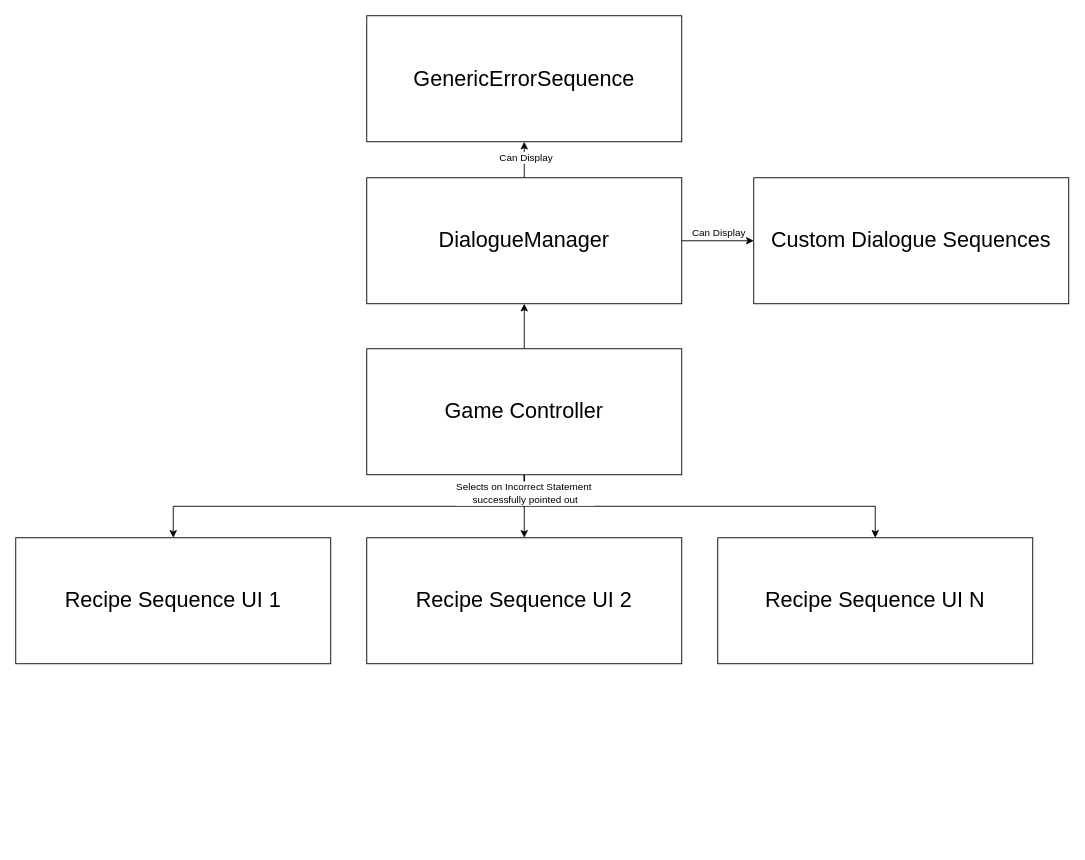
Javahase/the-orange-kitten keeps this draw.io diagram as concept/game_controller.drawio. Above is the earlier version. Source tidied: cells renumbered, new cells numbered last; positions are measured from the earlier drawing's top-left corner, leaving out a move shared by most shapes. Both pictures are drawn from the tidied source at 90%, with x=0, y=0 at pixel (15, 15).
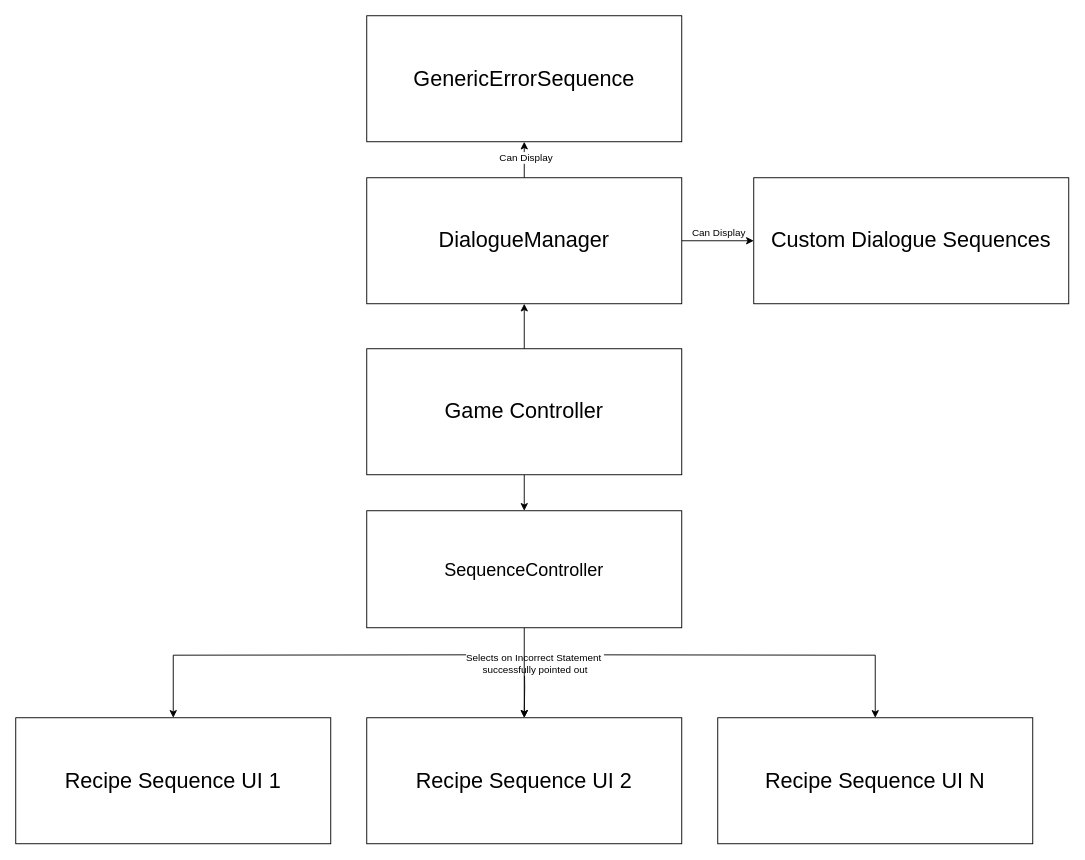
After the change.

Unchanged cells that the change refers to:
```xml
<mxCell id="8" value="&lt;font style=&quot;font-size: 24px;&quot;&gt;Game Controller&lt;/font&gt;" style="rounded=0;whiteSpace=wrap;html=1;" parent="1" vertex="1">
  <mxGeometry x="390" y="370" width="350" height="140" as="geometry" />
</mxCell>
```

The edit, as a diff of the source:
```diff
@@
     <mxCell id="2" value="&lt;font style=&quot;font-size: 24px;&quot;&gt;Recipe Sequence UI 1&lt;/font&gt;" style="rounded=0;whiteSpace=wrap;html=1;" parent="1" vertex="1">
-      <mxGeometry y="580" width="350" height="140" as="geometry" />
+      <mxGeometry y="780" width="350" height="140" as="geometry" />
     </mxCell>
-    <mxCell id="3" style="edgeStyle=orthogonalEdgeStyle;rounded=0;jettySize=auto;html=1;exitX=0.5;exitY=1;exitDx=0;exitDy=0;" parent="1" edge="1" source="8" target="2">
-      <mxGeometry relative="1" as="geometry" />
+    <mxCell id="3" style="edgeStyle=orthogonalEdgeStyle;rounded=0;jettySize=auto;html=1;exitX=0.5;exitY=1;exitDx=0;exitDy=0;" parent="1" edge="1" target="2">
+      <mxGeometry relative="1" as="geometry">
+        <mxPoint x="565" y="710" as="sourcePoint" />
+      </mxGeometry>
     </mxCell>
-    <mxCell id="4" style="edgeStyle=orthogonalEdgeStyle;rounded=0;jettySize=auto;html=1;exitX=0.5;exitY=1;exitDx=0;exitDy=0;entryX=0.5;entryY=0;entryDx=0;entryDy=0;" parent="1" edge="1" source="8" target="9">
-      <mxGeometry relative="1" as="geometry" />
+    <mxCell id="4" style="edgeStyle=orthogonalEdgeStyle;rounded=0;jettySize=auto;html=1;exitX=0.5;exitY=1;exitDx=0;exitDy=0;entryX=0.5;entryY=0;entryDx=0;entryDy=0;" parent="1" edge="1" target="9">
+      <mxGeometry relative="1" as="geometry">
+        <mxPoint x="565" y="710" as="sourcePoint" />
+      </mxGeometry>
     </mxCell>
-    <mxCell id="5" style="edgeStyle=orthogonalEdgeStyle;rounded=0;jettySize=auto;html=1;exitX=0.5;exitY=1;exitDx=0;exitDy=0;entryX=0.5;entryY=0;entryDx=0;entryDy=0;" parent="1" edge="1" source="8" target="10">
-      <mxGeometry relative="1" as="geometry" />
+    <mxCell id="5" style="edgeStyle=orthogonalEdgeStyle;rounded=0;jettySize=auto;html=1;exitX=0.5;exitY=1;exitDx=0;exitDy=0;entryX=0.5;entryY=0;entryDx=0;entryDy=0;" parent="1" edge="1" target="10">
+      <mxGeometry relative="1" as="geometry">
+        <mxPoint x="565" y="710" as="sourcePoint" />
+      </mxGeometry>
     </mxCell>
@@
+    <mxCell id="18" style="edgeStyle=orthogonalEdgeStyle;rounded=0;jettySize=auto;html=1;exitX=0.5;exitY=1;exitDx=0;exitDy=0;entryX=0.5;entryY=0;entryDx=0;entryDy=0;" parent="1" edge="1" source="8" target="20">
+      <mxGeometry relative="1" as="geometry" />
+    </mxCell>
@@
     <mxCell id="9" value="&lt;font style=&quot;font-size: 24px;&quot;&gt;Recipe Sequence UI 2&lt;/font&gt;" style="rounded=0;whiteSpace=wrap;html=1;" parent="1" vertex="1">
-      <mxGeometry x="390" y="580" width="350" height="140" as="geometry" />
+      <mxGeometry x="390" y="780" width="350" height="140" as="geometry" />
     </mxCell>
     <mxCell id="10" value="&lt;font style=&quot;font-size: 24px;&quot;&gt;Recipe Sequence UI N&lt;/font&gt;" style="rounded=0;whiteSpace=wrap;html=1;" parent="1" vertex="1">
-      <mxGeometry x="780" y="580" width="350" height="140" as="geometry" />
+      <mxGeometry x="780" y="780" width="350" height="140" as="geometry" />
     </mxCell>
@@
+    <mxCell id="19" style="edgeStyle=orthogonalEdgeStyle;rounded=0;jettySize=auto;html=1;exitX=0.5;exitY=1;exitDx=0;exitDy=0;entryX=0.5;entryY=0;entryDx=0;entryDy=0;" parent="1" edge="1" source="20" target="9">
+      <mxGeometry relative="1" as="geometry" />
+    </mxCell>
+    <mxCell id="20" value="&lt;font style=&quot;font-size: 20px;&quot;&gt;SequenceController&lt;/font&gt;" style="rounded=0;whiteSpace=wrap;html=1;" parent="1" vertex="1">
+      <mxGeometry x="390" y="550" width="350" height="130" as="geometry" />
+    </mxCell>
```
